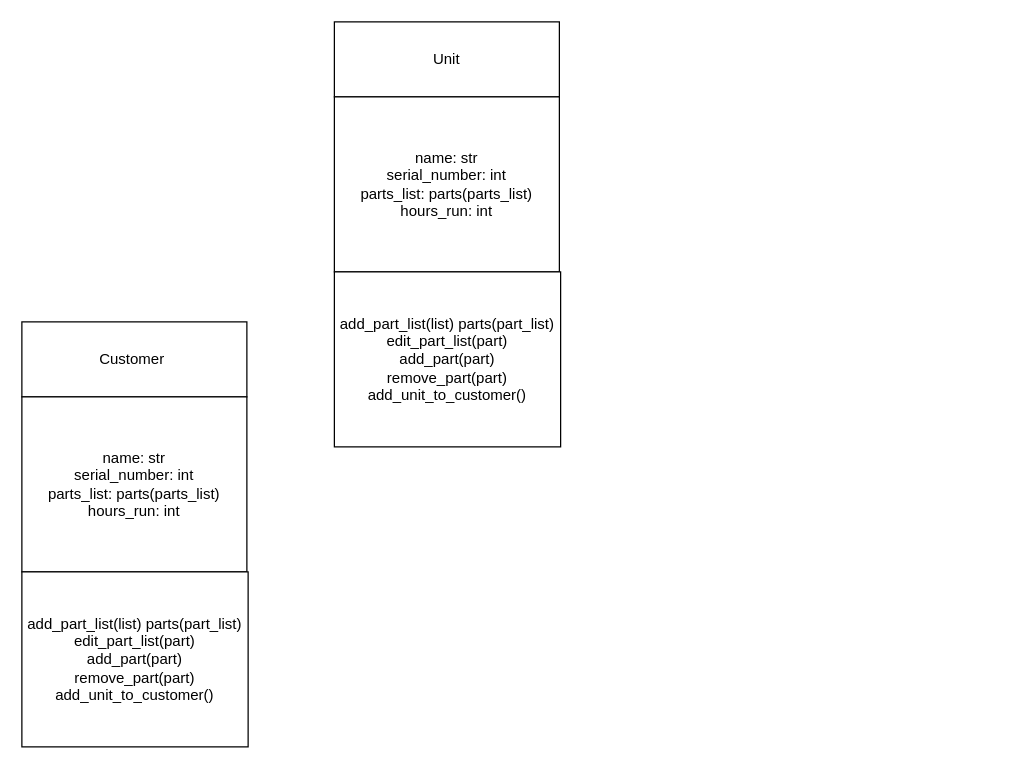
NortyNorts/spares_planning_project keeps this draw.io diagram as page "Page-1" (1 of 2) of Planning/Diagrams/Object Diagram.drawio. Above is the earlier version. Source tidied: cells renumbered, new cells numbered last; positions are measured from the earlier drawing's top-left corner, leaving out a move shared by most shapes. Both pictures are drawn from the tidied source at 125%, with x=0, y=0 at pixel (21, 21).
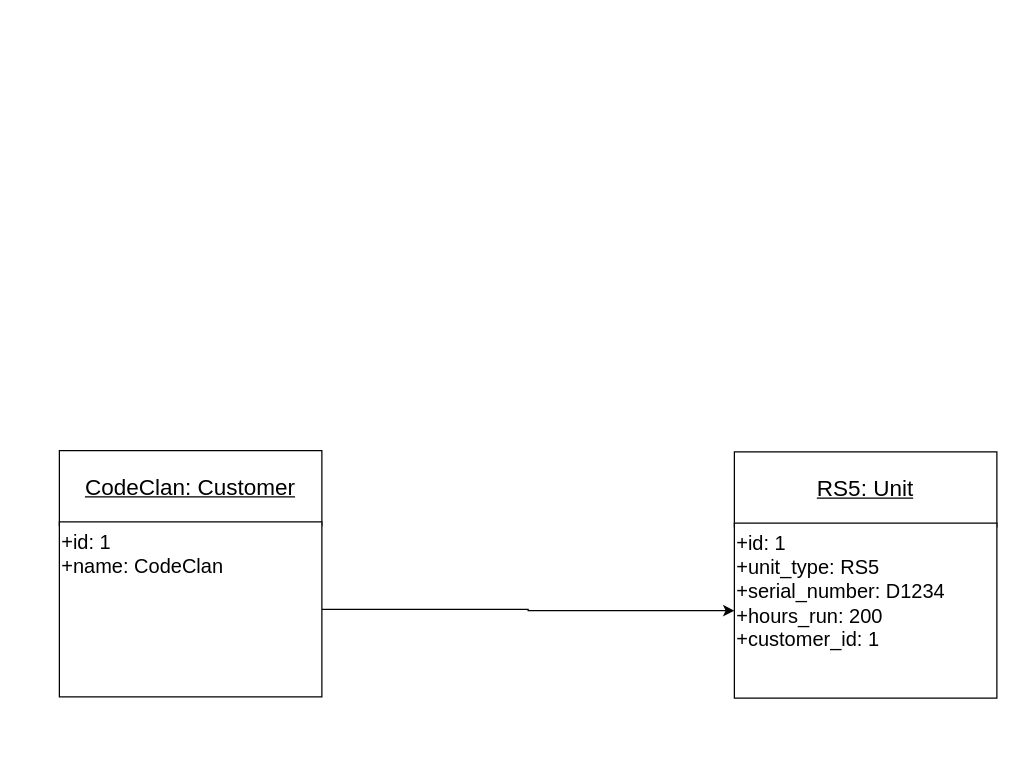
The same diagram, later.

Change to the diagram source:
```diff
@@
 <mxGraphModel>
   <root>
     <mxCell id="0" />
     <mxCell id="1" parent="0" />
-    <mxCell id="2" value="Unit" style="rounded=0;whiteSpace=wrap;html=1;" parent="1" vertex="1">
-      <mxGeometry x="250" width="180" height="60" as="geometry" />
+    <mxCell id="2" value="&lt;u&gt;&lt;font style=&quot;font-size: 18px&quot;&gt;CodeClan: Customer&lt;/font&gt;&lt;/u&gt;" style="rounded=0;whiteSpace=wrap;html=1;" parent="1" vertex="1">
+      <mxGeometry x="30" y="343" width="210" height="60" as="geometry" />
     </mxCell>
+    <mxCell id="8" style="edgeStyle=orthogonalEdgeStyle;rounded=0;jettySize=auto;html=1;exitX=1;exitY=0.5;exitDx=0;exitDy=0;entryX=0;entryY=0.5;entryDx=0;entryDy=0;fontSize=16;" parent="1" edge="1" source="3" target="10">
+      <mxGeometry relative="1" as="geometry" />
+    </mxCell>
-    <mxCell id="3" value="name: str&lt;br&gt;serial_number: int&lt;br&gt;parts_list: parts(parts_list)&lt;br&gt;hours_run: int" style="rounded=0;whiteSpace=wrap;html=1;" parent="1" vertex="1">
-      <mxGeometry x="250" y="60" width="180" height="140" as="geometry" />
+    <mxCell id="3" value="+id: 1&lt;br style=&quot;font-size: 16px&quot;&gt;+name: CodeClan" style="rounded=0;whiteSpace=wrap;html=1;align=left;verticalAlign=top;fontSize=16;" parent="1" vertex="1">
+      <mxGeometry x="30" y="400" width="210" height="140" as="geometry" />
     </mxCell>
-    <mxCell id="4" value="add_part_list(list) parts(part_list)&lt;br&gt;edit_part_list(part)&lt;br&gt;add_part(part)&lt;br&gt;remove_part(part)&lt;br&gt;add_unit_to_customer()" style="rounded=0;whiteSpace=wrap;html=1;" parent="1" vertex="1">
-      <mxGeometry x="250" y="200" width="181" height="140" as="geometry" />
-    </mxCell>
-    <mxCell id="5" value="Customer&amp;nbsp;" style="rounded=0;whiteSpace=wrap;html=1;" parent="1" vertex="1">
-      <mxGeometry y="240" width="180" height="60" as="geometry" />
-    </mxCell>
-    <mxCell id="6" value="name: str&lt;br&gt;serial_number: int&lt;br&gt;parts_list: parts(parts_list)&lt;br&gt;hours_run: int" style="rounded=0;whiteSpace=wrap;html=1;" parent="1" vertex="1">
-      <mxGeometry y="300" width="180" height="140" as="geometry" />
-    </mxCell>
-    <mxCell id="7" value="add_part_list(list) parts(part_list)&lt;br&gt;edit_part_list(part)&lt;br&gt;add_part(part)&lt;br&gt;remove_part(part)&lt;br&gt;add_unit_to_customer()" style="rounded=0;whiteSpace=wrap;html=1;" parent="1" vertex="1">
-      <mxGeometry y="440" width="181" height="140" as="geometry" />
-    </mxCell>
+    <mxCell id="9" value="&lt;u&gt;&lt;font style=&quot;font-size: 18px&quot;&gt;RS5: Unit&lt;/font&gt;&lt;/u&gt;" style="rounded=0;whiteSpace=wrap;html=1;" parent="1" vertex="1">
+      <mxGeometry x="570" y="344" width="210" height="60" as="geometry" />
+    </mxCell>
+    <mxCell id="10" value="+id: 1&lt;br&gt;+unit_type: RS5&lt;br&gt;+serial_number: D1234&lt;br&gt;+hours_run: 200&lt;br&gt;+customer_id: 1" style="rounded=0;whiteSpace=wrap;html=1;align=left;verticalAlign=top;fontSize=16;" parent="1" vertex="1">
+      <mxGeometry x="570" y="401" width="210" height="140" as="geometry" />
+    </mxCell>
   </root>
 </mxGraphModel>
```
